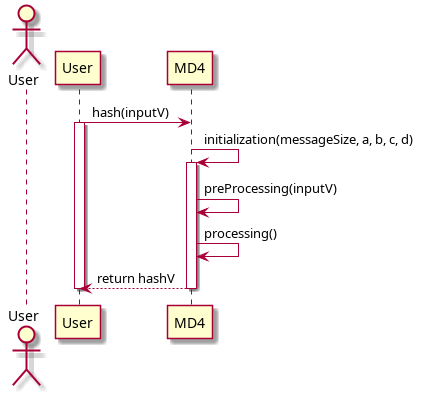
Earlier version of the PlantUML export Cryptopals_resolutions/4-Set_4/cryptopals_set_4_problem_30/uml_diagrams/sequence_diagram_md4.png (Photon-einstein/Cryptopals). Its source is kept beside it as Cryptopals_resolutions/4-Set_4/cryptopals_set_4_problem_30/uml_diagrams/sequence_diagram_md4.puml. Its diagram source:
```plantuml
@startuml

actor User

participant "User" as U
participant "MD4" as MD4

U -> MD4 : hash(inputV)
activate U

MD4 -> MD4 : initialization(messageSize, a, b, c, d)
activate MD4
MD4 -> MD4 : preProcessing(inputV)
MD4 -> MD4 : processing()
MD4 --> U : return hashV
deactivate MD4

deactivate U

@enduml
```
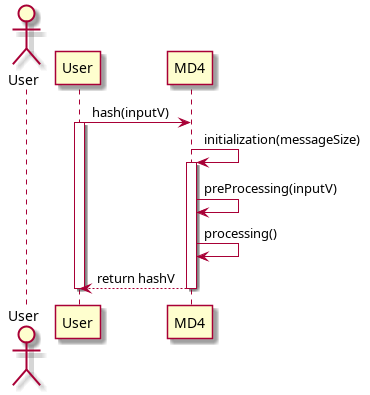
Above is the later version.

Diff of the diagram source:
```diff
@@ -8,7 +8,7 @@
 U -> MD4 : hash(inputV)
 activate U
 
-MD4 -> MD4 : initialization(messageSize, a, b, c, d)
+MD4 -> MD4 : initialization(messageSize)
 activate MD4
 MD4 -> MD4 : preProcessing(inputV)
 MD4 -> MD4 : processing()
```
